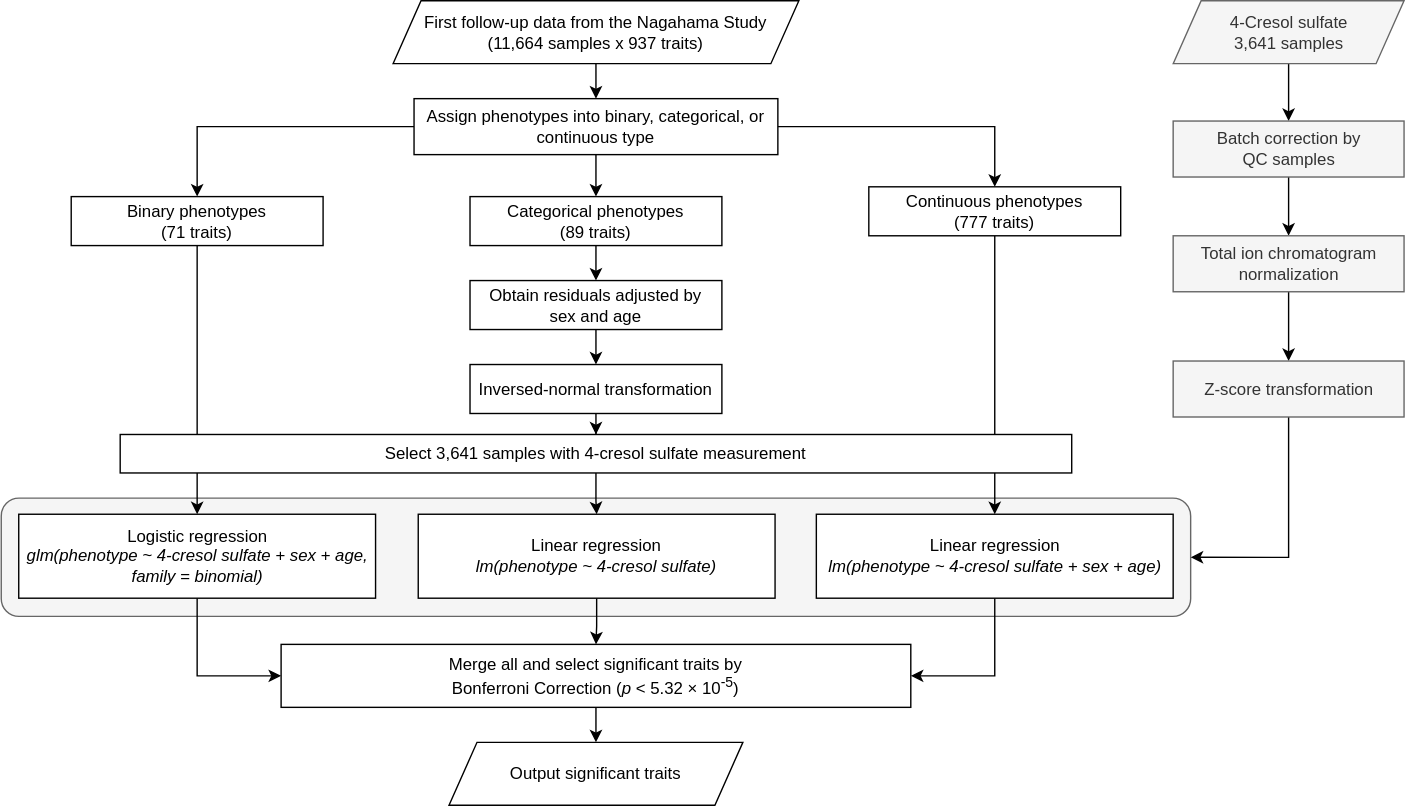
This is workflow.svg from janiceou/website_log, a draw.io export, as it was before one commit. Source tidied: cells renumbered, new cells last; positions are measured from the earlier drawing's top-left corner, leaving out a move shared by most shapes.
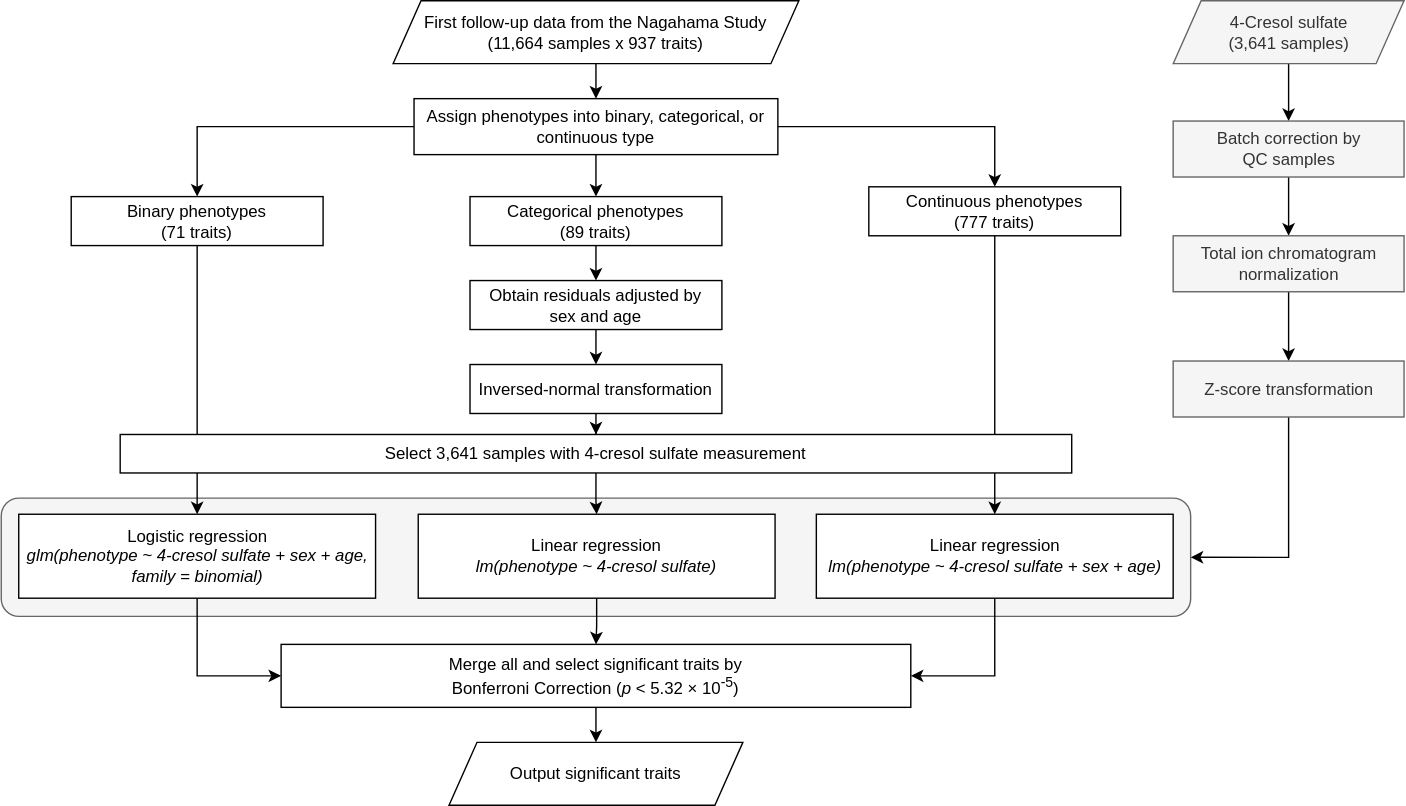
After the commit.

Change to the diagram source:
```diff
@@ -91,7 +91,7 @@
     <mxCell id="30" style="edgeStyle=orthogonalEdgeStyle;rounded=0;jettySize=auto;html=1;" parent="1" edge="1" source="31" target="33">
       <mxGeometry relative="1" as="geometry" />
     </mxCell>
-    <mxCell id="31" value="4-Cresol sulfate&lt;br&gt;3,641 samples" style="shape=parallelogram;perimeter=parallelogramPerimeter;whiteSpace=wrap;html=1;fixedSize=1;fillColor=#f5f5f5;fontColor=#333333;strokeColor=#666666;" parent="1" vertex="1">
+    <mxCell id="31" value="4-Cresol sulfate&lt;br&gt;(3,641 samples)" style="shape=parallelogram;perimeter=parallelogramPerimeter;whiteSpace=wrap;html=1;fixedSize=1;fillColor=#f5f5f5;fontColor=#333333;strokeColor=#666666;" parent="1" vertex="1">
       <mxGeometry x="837.5" width="165" height="45" as="geometry" />
     </mxCell>
     <mxCell id="32" style="edgeStyle=orthogonalEdgeStyle;rounded=0;jettySize=auto;html=1;" parent="1" edge="1" source="33" target="35">
```
